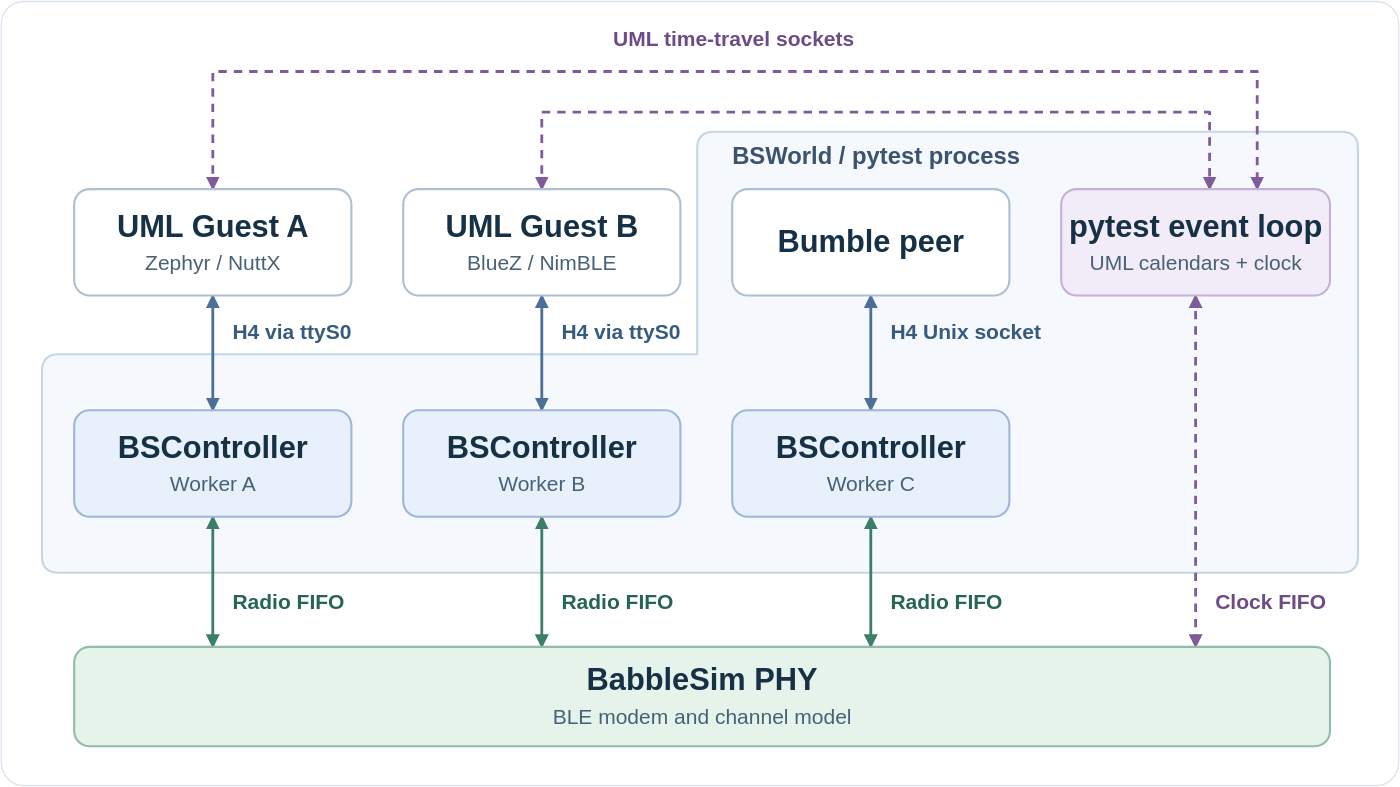
Before: docs/images/babblesim_arch.svg, a diagram exported from draw.io (XiaoMi/bsworld). Source tidied: cells renumbered, new cells last; positions are measured from the earlier drawing's top-left corner, leaving out a move shared by most shapes.
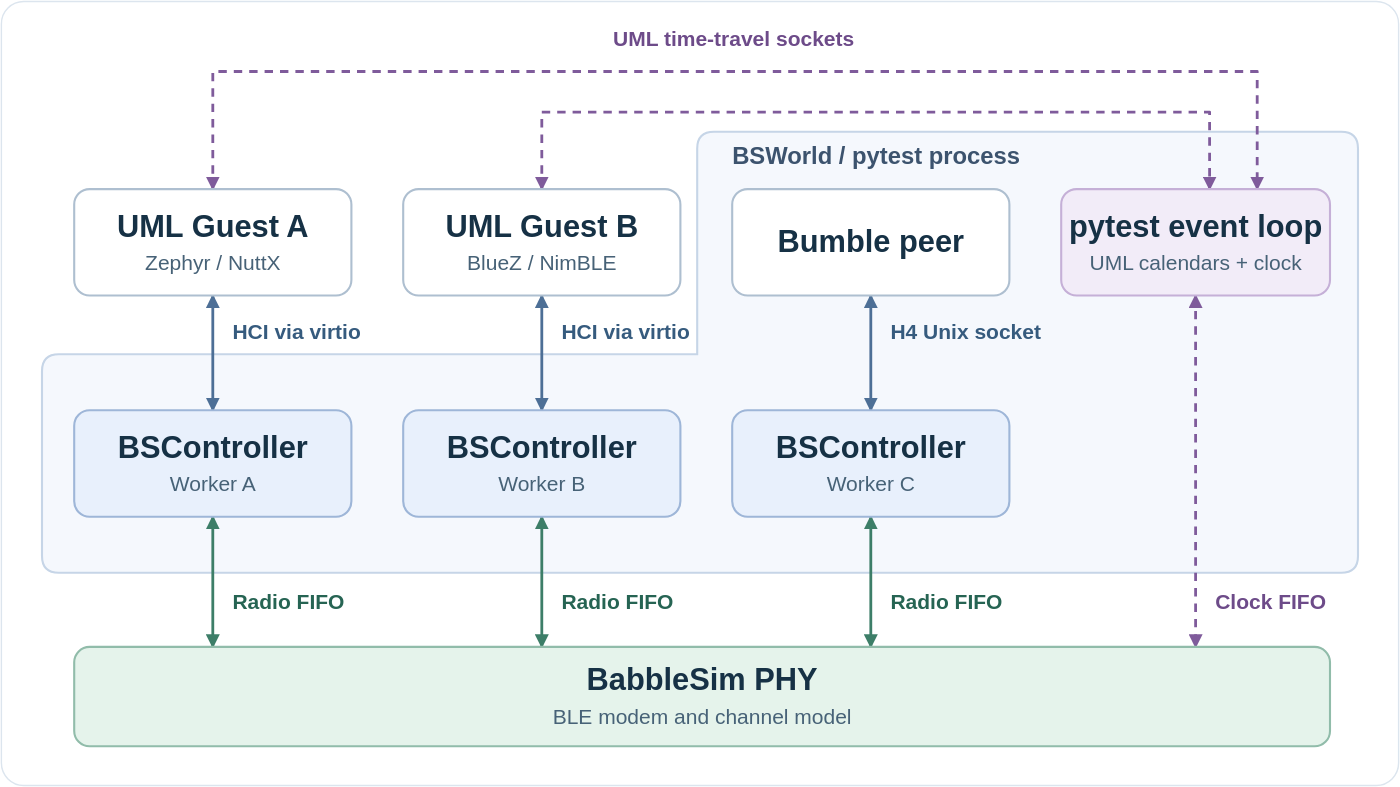
The same diagram one commit later.

Diff of the diagram source:
```diff
@@ -91,10 +91,10 @@
     <mxCell id="24" value="BSWorld / pytest process" style="text;html=0;align=left;verticalAlign=middle;fontFamily=Arial;fontSize=17;fontStyle=1;fontColor=#3c536e;spacing=0;" parent="1" vertex="1">
       <mxGeometry x="522" y="99" width="252" height="23" as="geometry" />
     </mxCell>
-    <mxCell id="25" value="H4 via ttyS0" style="text;html=0;align=left;verticalAlign=middle;fontFamily=Arial;fontSize=15;fontStyle=1;fontColor=#365b7e;spacing=0;" parent="1" vertex="1">
+    <mxCell id="25" value="HCI via virtio" style="text;html=0;align=left;verticalAlign=middle;fontFamily=Arial;fontSize=15;fontStyle=1;fontColor=#365b7e;spacing=0;" parent="1" vertex="1">
       <mxGeometry x="165" y="224" width="132" height="23" as="geometry" />
     </mxCell>
-    <mxCell id="26" value="H4 via ttyS0" style="text;html=0;align=left;verticalAlign=middle;fontFamily=Arial;fontSize=15;fontStyle=1;fontColor=#365b7e;spacing=0;" parent="1" vertex="1">
+    <mxCell id="26" value="HCI via virtio" style="text;html=0;align=left;verticalAlign=middle;fontFamily=Arial;fontSize=15;fontStyle=1;fontColor=#365b7e;spacing=0;" parent="1" vertex="1">
       <mxGeometry x="400" y="224" width="132" height="23" as="geometry" />
     </mxCell>
     <mxCell id="27" value="H4 Unix socket" style="text;html=0;align=left;verticalAlign=middle;fontFamily=Arial;fontSize=15;fontStyle=1;fontColor=#365b7e;spacing=0;" parent="1" vertex="1">
```
